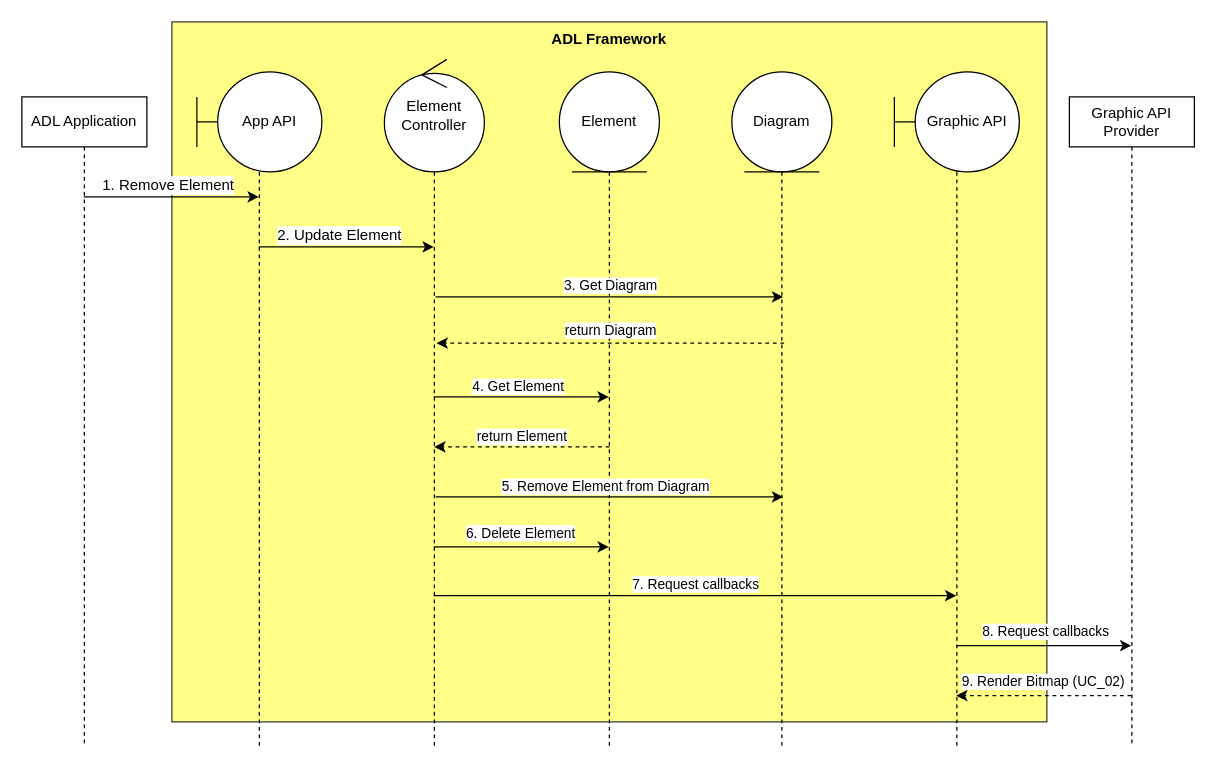
This is drawio/usecases_detail/RemoveElement.drawio from phunm211/SW-Associate-Architecture, a draw.io file, before an edit. Source tidied: cells renumbered, new cells numbered last; positions are measured from the earlier drawing's top-left corner, leaving out a move shared by most shapes. Both pictures are drawn from the tidied source at 125%, with x=0, y=0 at pixel (21, 21).
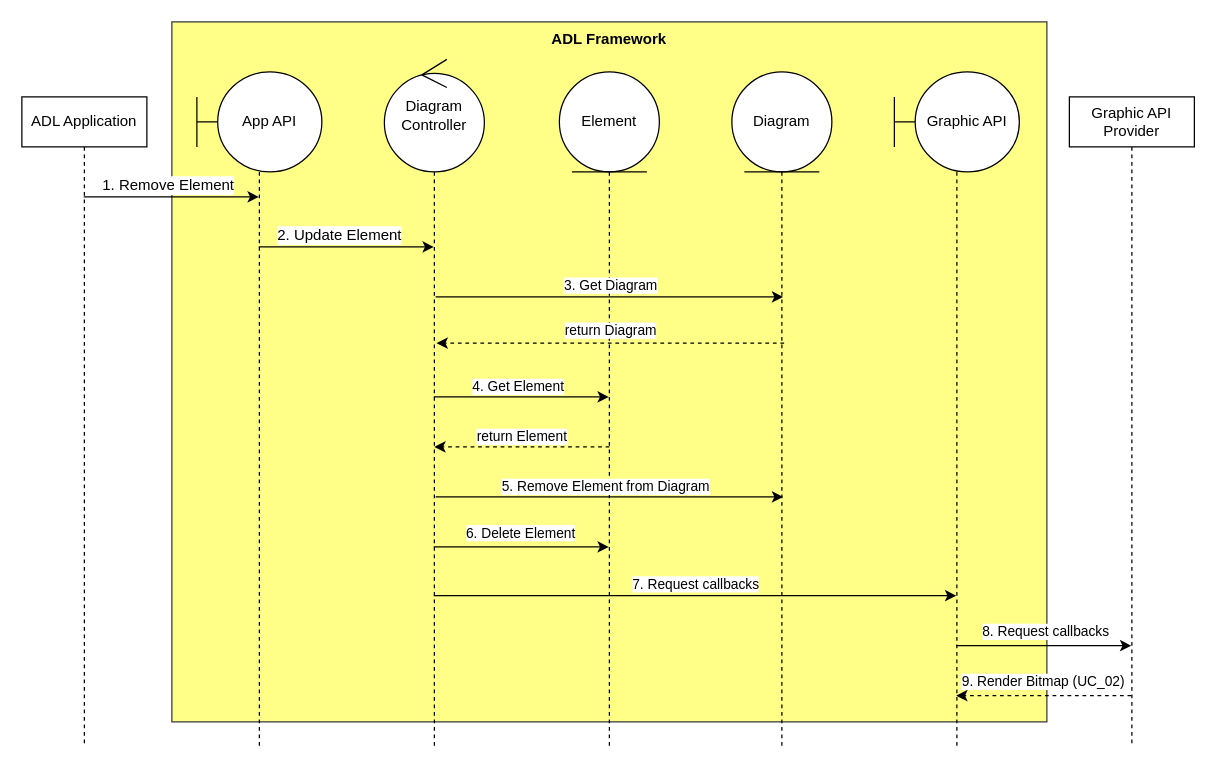
After the change.

Diff of the diagram source:
```diff
@@
-    <mxCell id="17" value="Element Controller" style="shape=umlLifeline;perimeter=lifelinePerimeter;whiteSpace=wrap;html=1;outlineConnect=0;portConstraint=eastwest;newEdgeStyle={&quot;curved&quot;:0,&quot;rounded&quot;:0};participant=umlControl;strokeColor=default;align=center;verticalAlign=middle;fontFamily=Helvetica;fontSize=12;fontColor=default;fillColor=default;size=90;" parent="1" vertex="1">
+    <mxCell id="17" value="Diagram Controller" style="shape=umlLifeline;perimeter=lifelinePerimeter;whiteSpace=wrap;html=1;outlineConnect=0;portConstraint=eastwest;newEdgeStyle={&quot;curved&quot;:0,&quot;rounded&quot;:0};participant=umlControl;strokeColor=default;align=center;verticalAlign=middle;fontFamily=Helvetica;fontSize=12;fontColor=default;fillColor=default;size=90;" parent="1" vertex="1">
       <mxGeometry x="290" y="30" width="80" height="550" as="geometry" />
     </mxCell>
```
